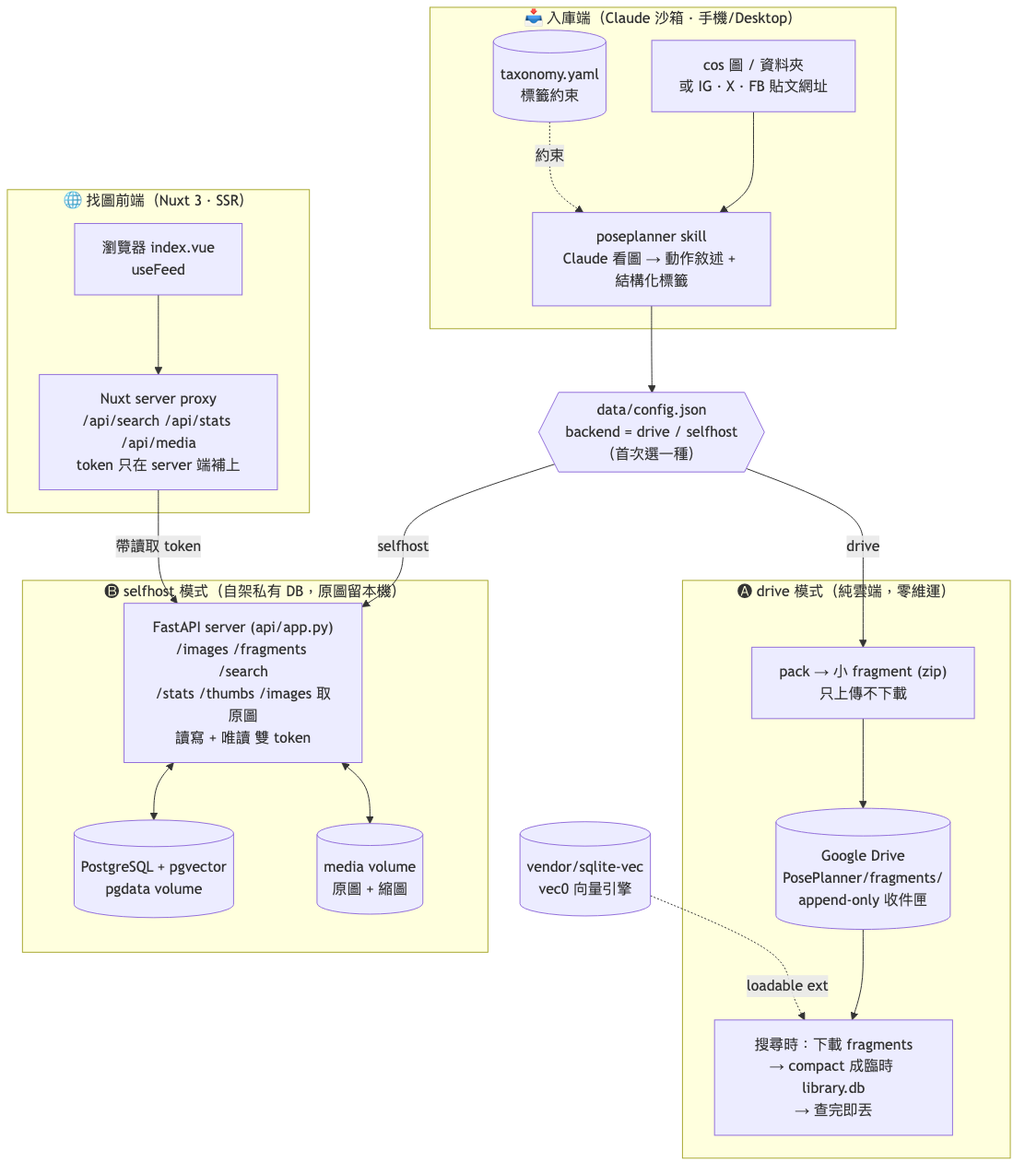
Earlier version of the Mermaid export docs/architecture.png (normantaipei/PosePlanner). Its source is kept beside it as docs/architecture.mmd. Source of this version:
```mermaid
flowchart TB
    subgraph ingest["📥 入庫端（Claude 沙箱 · 手機/Desktop）"]
        src["cos 圖 / 資料夾<br/>或 IG · X · FB 貼文網址"]
        skill["poseplanner skill<br/>Claude 看圖 → 動作敘述 + 結構化標籤"]
        tax[("taxonomy.yaml<br/>標籤約束")]
        src --> skill
        tax -. 約束 .-> skill
    end

    cfg{{"data/config.json<br/>backend = drive / selfhost<br/>（首次選一種）"}}
    skill --> cfg

    subgraph driveMode["🅐 drive 模式（純雲端，零維運）"]
        pack["pack → 小 fragment (zip)<br/>只上傳不下載"]
        gdrive[("Google Drive<br/>PosePlanner/fragments/<br/>append-only 收件匣")]
        compact["搜尋時：下載 fragments<br/>→ compact 成臨時 library.db<br/>→ 查完即丟"]
        pack --> gdrive
        gdrive --> compact
    end

    subgraph selfhost["🅑 selfhost 模式（自架私有 DB，原圖留本機）"]
        direction TB
        api["FastAPI server (api/app.py)<br/>/images /fragments /search<br/>/stats /thumbs /images 取原圖<br/>讀寫 + 唯讀 雙 token"]
        pg[("PostgreSQL + pgvector<br/>pgdata volume")]
        media[("media volume<br/>原圖 + 縮圖")]
        api <--> pg
        api <--> media
    end

    cfg -- drive --> pack
    cfg -- selfhost --> api

    subgraph webapp["🌐 找圖前端（Nuxt 3 · SSR）"]
        browser["瀏覽器 index.vue<br/>useFeed"]
        proxy["Nuxt server proxy<br/>/api/search /api/stats /api/media<br/>token 只在 server 端補上"]
        browser --> proxy
    end

    proxy -->|"帶讀取 token"| api

    vendor[("vendor/sqlite-vec<br/>vec0 向量引擎")]
    vendor -. loadable ext .-> compact
```
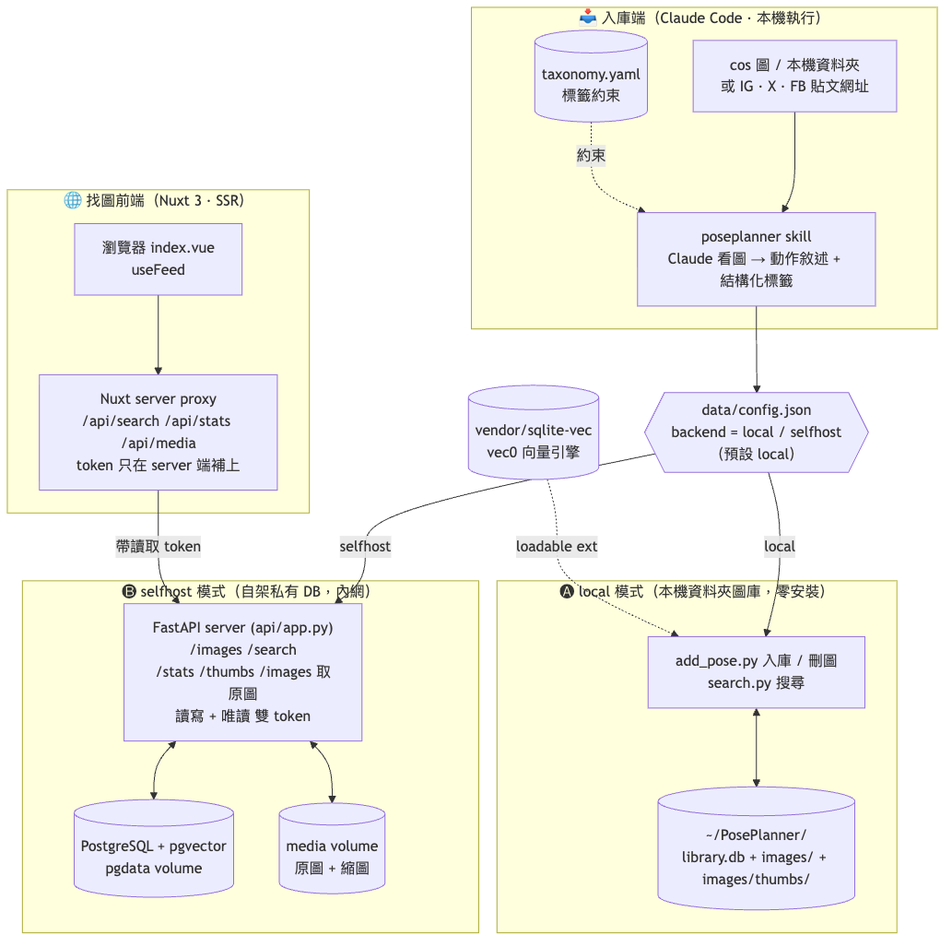
After the change.

Diff of the diagram source:
```diff
@@ -1,33 +1,31 @@
 flowchart TB
-    subgraph ingest["📥 入庫端（Claude 沙箱 · 手機/Desktop）"]
-        src["cos 圖 / 資料夾<br/>或 IG · X · FB 貼文網址"]
+    subgraph ingest["📥 入庫端（Claude Code · 本機執行）"]
+        src["cos 圖 / 本機資料夾<br/>或 IG · X · FB 貼文網址"]
         skill["poseplanner skill<br/>Claude 看圖 → 動作敘述 + 結構化標籤"]
         tax[("taxonomy.yaml<br/>標籤約束")]
         src --> skill
         tax -. 約束 .-> skill
     end
 
-    cfg{{"data/config.json<br/>backend = drive / selfhost<br/>（首次選一種）"}}
+    cfg{{"data/config.json<br/>backend = local / selfhost<br/>（預設 local）"}}
     skill --> cfg
 
-    subgraph driveMode["🅐 drive 模式（純雲端，零維運）"]
-        pack["pack → 小 fragment (zip)<br/>只上傳不下載"]
-        gdrive[("Google Drive<br/>PosePlanner/fragments/<br/>append-only 收件匣")]
-        compact["搜尋時：下載 fragments<br/>→ compact 成臨時 library.db<br/>→ 查完即丟"]
-        pack --> gdrive
-        gdrive --> compact
+    subgraph localMode["🅐 local 模式（本機資料夾圖庫，零安裝）"]
+        scripts["add_pose.py 入庫 / 刪圖<br/>search.py 搜尋"]
+        lib[("~/PosePlanner/<br/>library.db + images/ + images/thumbs/")]
+        scripts <--> lib
     end
 
-    subgraph selfhost["🅑 selfhost 模式（自架私有 DB，原圖留本機）"]
+    subgraph selfhost["🅑 selfhost 模式（自架私有 DB，內網）"]
         direction TB
-        api["FastAPI server (api/app.py)<br/>/images /fragments /search<br/>/stats /thumbs /images 取原圖<br/>讀寫 + 唯讀 雙 token"]
+        api["FastAPI server (api/app.py)<br/>/images /search<br/>/stats /thumbs /images 取原圖<br/>讀寫 + 唯讀 雙 token"]
         pg[("PostgreSQL + pgvector<br/>pgdata volume")]
         media[("media volume<br/>原圖 + 縮圖")]
         api <--> pg
         api <--> media
     end
 
-    cfg -- drive --> pack
+    cfg -- local --> scripts
     cfg -- selfhost --> api
 
     subgraph webapp["🌐 找圖前端（Nuxt 3 · SSR）"]
@@ -39,4 +37,4 @@
     proxy -->|"帶讀取 token"| api
 
     vendor[("vendor/sqlite-vec<br/>vec0 向量引擎")]
-    vendor -. loadable ext .-> compact
+    vendor -. loadable ext .-> scripts
```
